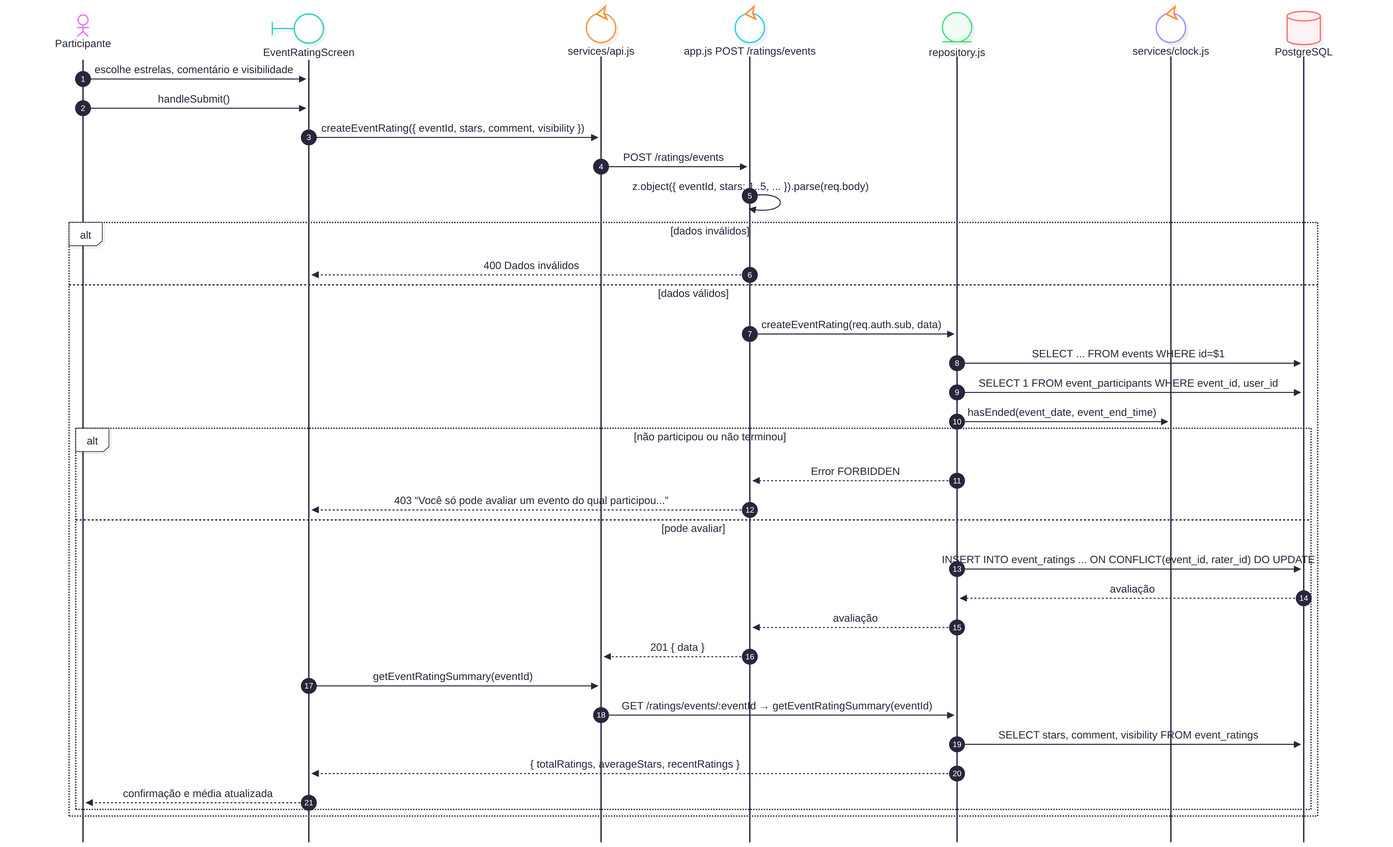
This is Documentação/Documentos Meets/diagramas_LES/apresentacao/sequencia-005-avaliar-evento.png from Meets-Project/Meets_LES, a Mermaid export, as it was before one commit. Its source is kept beside it as Documentação/Documentos Meets/diagramas_LES/apresentacao/fontes/sequencia-005-avaliar-evento.mmd.
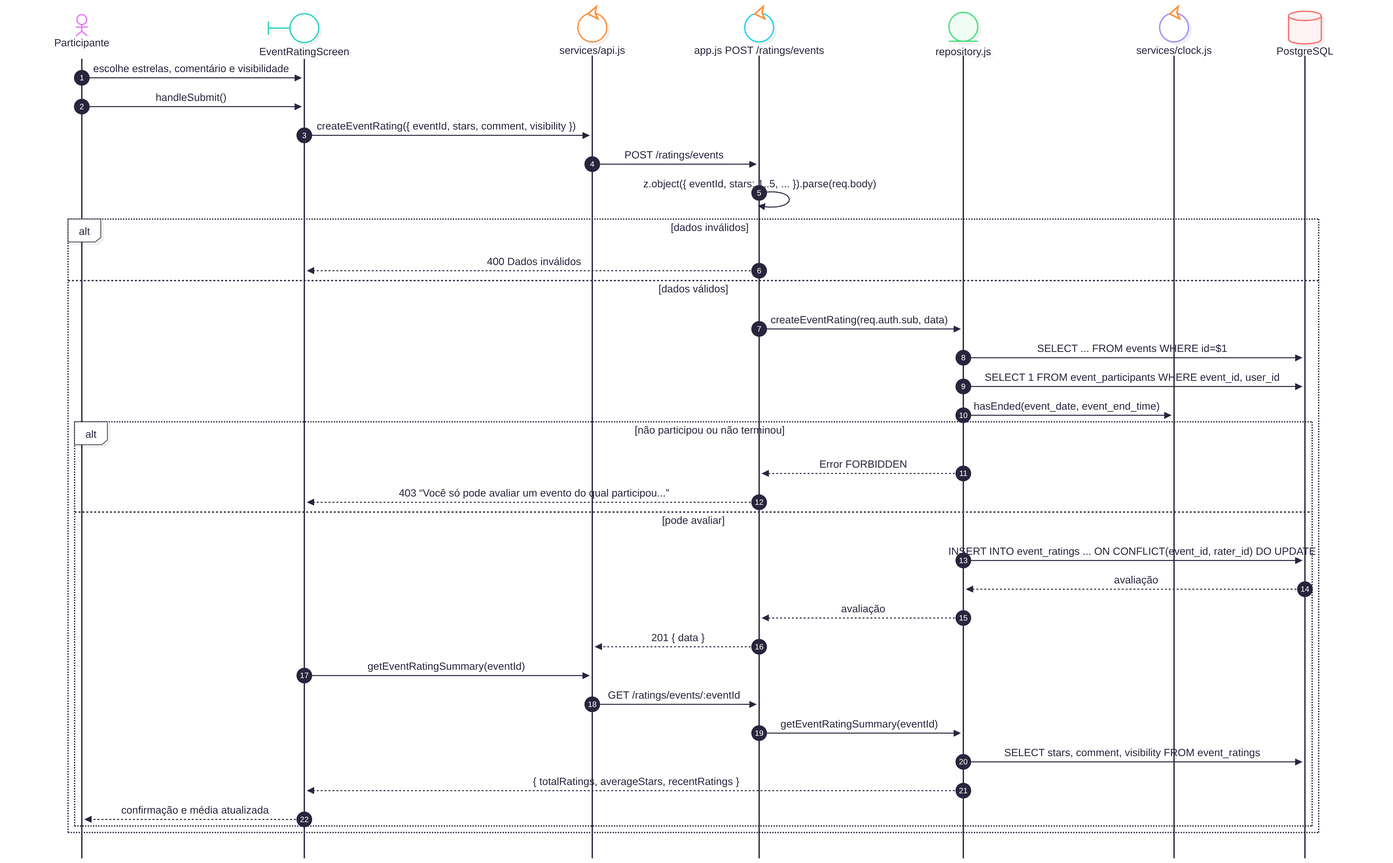
Above is the later version.

The edit, as a diff of the source:
```diff
@@ -42,7 +42,8 @@
       R-->>A: avaliação
       A-->>S: 201 { data }
       T->>S: getEventRatingSummary(eventId)
-      S->>R: GET /ratings/events/:eventId → getEventRatingSummary(eventId)
+      S->>A: GET /ratings/events/:eventId
+      A->>R: getEventRatingSummary(eventId)
       R->>D: SELECT stars, comment, visibility FROM event_ratings
       R-->>T: { totalRatings, averageStars, recentRatings }
       T-->>U: confirmação e média atualizada
```
